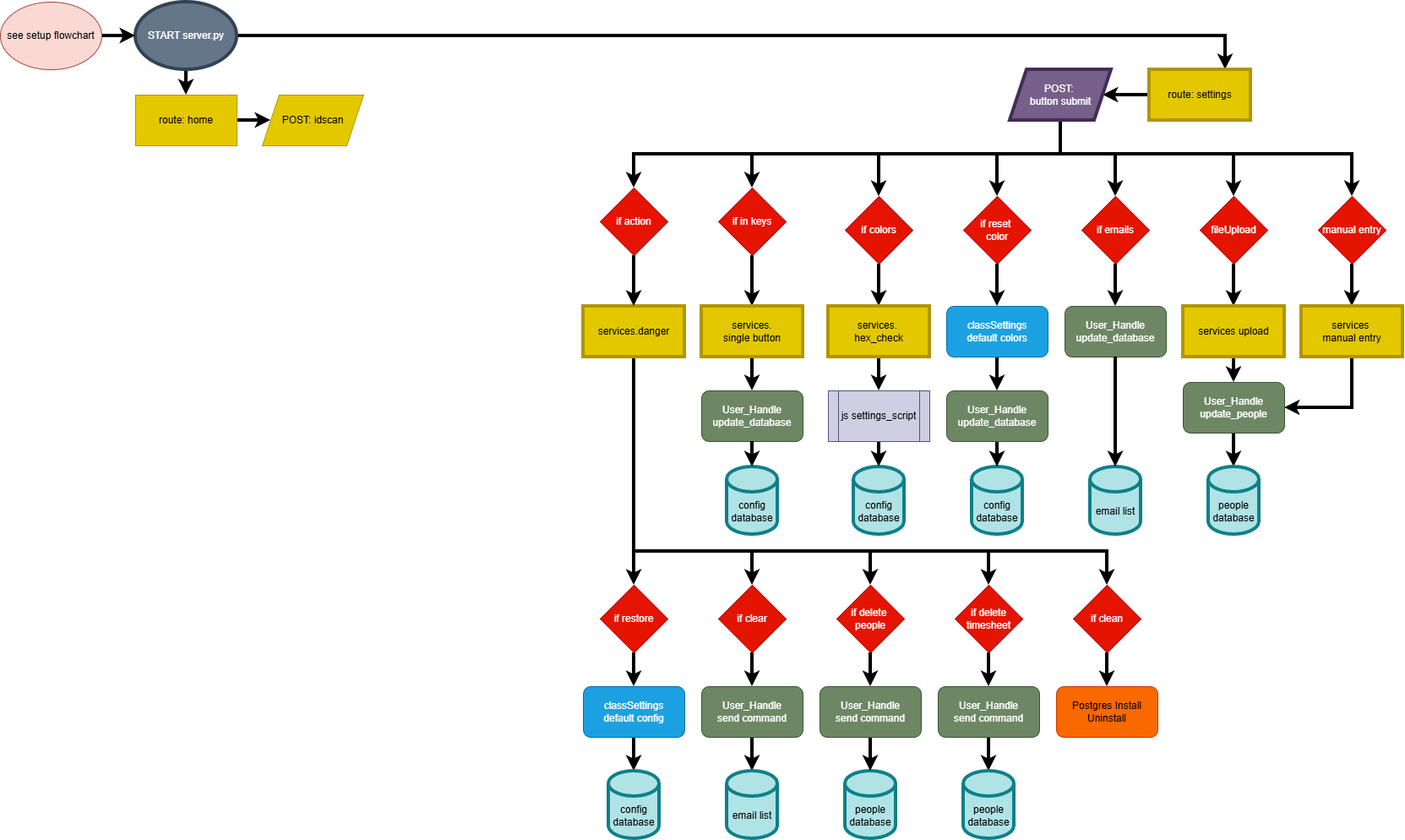
whitedragonstudios/Scanner keeps this draw.io diagram as planning/server_flowchart.drawio.png. Above is the earlier version. Source tidied: cells renumbered, new cells last; positions are measured from the earlier drawing's top-left corner, leaving out a move shared by most shapes.
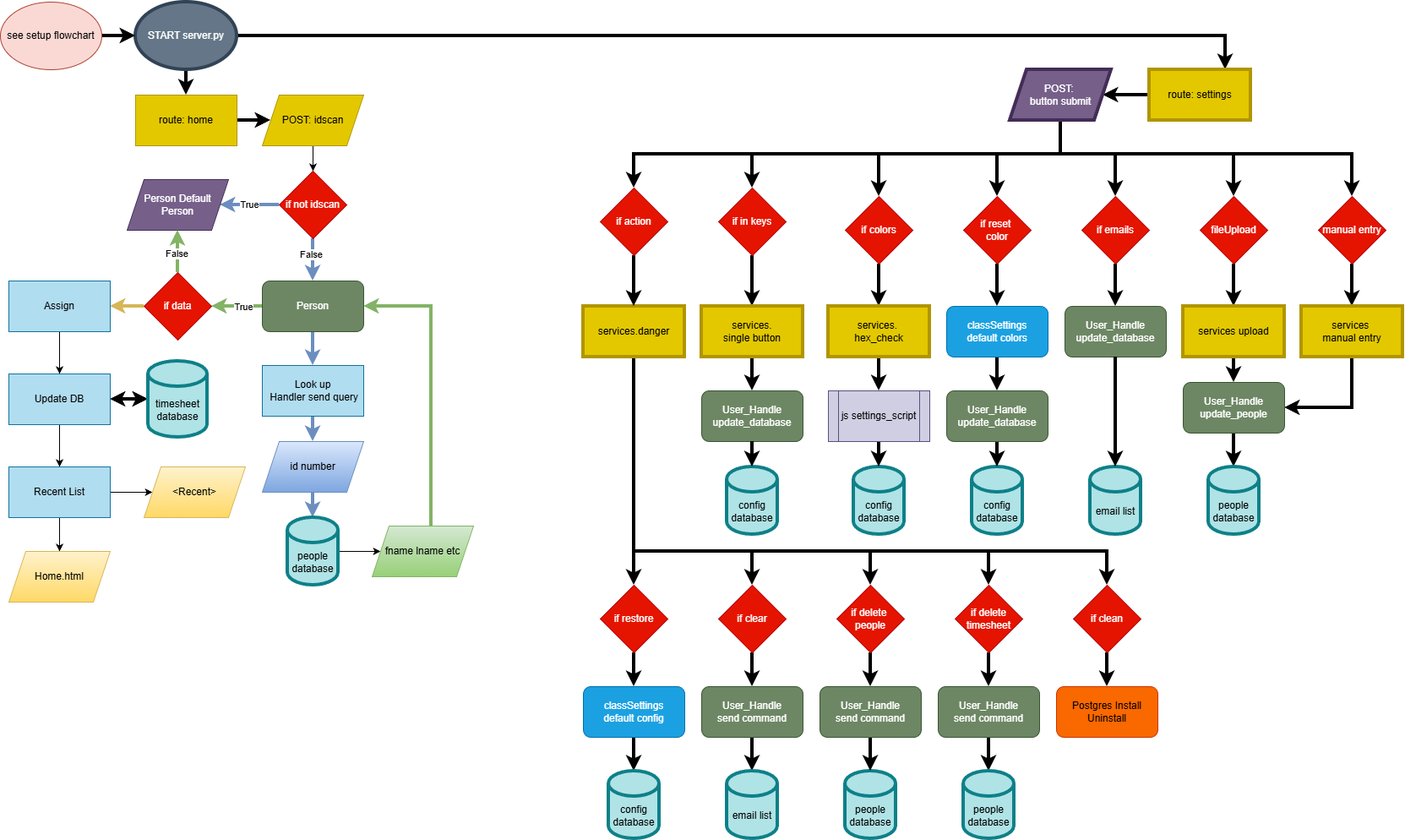
After the commit.

The edit, as a diff of the source:
```diff
@@ -319,8 +319,117 @@
     <mxCell id="87" value="route: home" style="rounded=0;whiteSpace=wrap;html=1;fillColor=#e3c800;fontColor=#000000;strokeColor=#B09500;" parent="1" vertex="1">
       <mxGeometry x="160" y="110" width="120" height="60" as="geometry" />
     </mxCell>
+    <mxCell id="89" style="edgeStyle=orthogonalEdgeStyle;rounded=0;jettySize=auto;html=1;" parent="1" edge="1" source="88" target="94">
+      <mxGeometry relative="1" as="geometry" />
+    </mxCell>
     <mxCell id="88" value="POST: idscan" style="shape=parallelogram;perimeter=parallelogramPerimeter;whiteSpace=wrap;html=1;fixedSize=1;fillColor=#e3c800;fontColor=#000000;strokeColor=#B09500;" parent="1" vertex="1">
       <mxGeometry x="310" y="110" width="120" height="60" as="geometry" />
     </mxCell>
+    <mxCell id="90" style="edgeStyle=orthogonalEdgeStyle;rounded=0;jettySize=auto;html=1;fillColor=#dae8fc;gradientColor=#7ea6e0;strokeColor=#6c8ebf;strokeWidth=4;" parent="1" edge="1" source="94" target="95">
+      <mxGeometry relative="1" as="geometry" />
+    </mxCell>
+    <mxCell id="91" value="True" style="edgeLabel;html=1;align=center;verticalAlign=middle;" parent="90" vertex="1">
+      <mxGeometry x="0.02" y="-1" relative="1" as="geometry" />
+    </mxCell>
+    <mxCell id="92" style="edgeStyle=orthogonalEdgeStyle;rounded=0;jettySize=auto;html=1;fillColor=#dae8fc;gradientColor=#7ea6e0;strokeColor=#6c8ebf;strokeWidth=4;" parent="1" edge="1" source="94" target="101">
+      <mxGeometry relative="1" as="geometry" />
+    </mxCell>
+    <mxCell id="93" value="False" style="edgeLabel;html=1;align=center;verticalAlign=middle;" parent="92" vertex="1">
+      <mxGeometry x="-0.28" y="-3" relative="1" as="geometry" />
+    </mxCell>
+    <mxCell id="94" value="if not idscan" style="rhombus;whiteSpace=wrap;html=1;fillColor=#e51400;fontColor=#ffffff;strokeColor=#B20000;" parent="1" vertex="1">
+      <mxGeometry x="330" y="200" width="80" height="80" as="geometry" />
+    </mxCell>
+    <mxCell id="95" value="Person Default Person" style="shape=parallelogram;perimeter=parallelogramPerimeter;whiteSpace=wrap;html=1;fixedSize=1;fillColor=#76608a;fontColor=#ffffff;strokeColor=#432D57;" parent="1" vertex="1">
+      <mxGeometry x="150" y="210" width="120" height="60" as="geometry" />
+    </mxCell>
+    <mxCell id="96" style="edgeStyle=orthogonalEdgeStyle;rounded=0;jettySize=auto;html=1;fillColor=#dae8fc;gradientColor=#7ea6e0;strokeColor=#6c8ebf;strokeWidth=4;" parent="1" edge="1" source="97" target="103">
+      <mxGeometry relative="1" as="geometry" />
+    </mxCell>
+    <mxCell id="97" value="Look up&lt;div&gt;&amp;nbsp;Handler send query&lt;/div&gt;" style="rounded=0;whiteSpace=wrap;html=1;fillColor=#b1ddf0;strokeColor=#10739e;" parent="1" vertex="1">
+      <mxGeometry x="310" y="430" width="120" height="60" as="geometry" />
+    </mxCell>
+    <mxCell id="98" style="edgeStyle=orthogonalEdgeStyle;rounded=0;jettySize=auto;html=1;fillColor=#dae8fc;gradientColor=#7ea6e0;strokeColor=#6c8ebf;strokeWidth=4;" parent="1" edge="1" source="101" target="97">
+      <mxGeometry relative="1" as="geometry" />
+    </mxCell>
+    <mxCell id="99" style="edgeStyle=orthogonalEdgeStyle;rounded=0;jettySize=auto;html=1;entryX=1;entryY=0.5;entryDx=0;entryDy=0;fillColor=#d5e8d4;gradientColor=#97d077;strokeColor=#82b366;strokeWidth=4;" parent="1" edge="1" source="101" target="111">
+      <mxGeometry relative="1" as="geometry" />
+    </mxCell>
+    <mxCell id="100" value="True" style="edgeLabel;html=1;align=center;verticalAlign=middle;" parent="99" vertex="1">
+      <mxGeometry x="-0.24" relative="1" as="geometry" />
+    </mxCell>
+    <mxCell id="101" value="Person" style="rounded=1;whiteSpace=wrap;html=1;fillColor=#6d8764;fontColor=#ffffff;strokeColor=#3A5431;" parent="1" vertex="1">
+      <mxGeometry x="310" y="330" width="120" height="60" as="geometry" />
+    </mxCell>
+    <mxCell id="102" style="edgeStyle=orthogonalEdgeStyle;rounded=0;jettySize=auto;html=1;strokeWidth=4;fillColor=#dae8fc;gradientColor=#7ea6e0;strokeColor=#6c8ebf;" parent="1" edge="1" source="103" target="105">
+      <mxGeometry relative="1" as="geometry" />
+    </mxCell>
+    <mxCell id="103" value="id number" style="shape=parallelogram;perimeter=parallelogramPerimeter;whiteSpace=wrap;html=1;fixedSize=1;fillColor=#dae8fc;gradientColor=#7ea6e0;strokeColor=#6c8ebf;" parent="1" vertex="1">
+      <mxGeometry x="310" y="520" width="120" height="60" as="geometry" />
+    </mxCell>
+    <mxCell id="104" style="edgeStyle=orthogonalEdgeStyle;rounded=0;jettySize=auto;html=1;" parent="1" edge="1" source="105" target="107">
+      <mxGeometry relative="1" as="geometry" />
+    </mxCell>
+    <mxCell id="105" value="people database" style="shape=cylinder3;whiteSpace=wrap;html=1;boundedLbl=1;backgroundOutline=1;size=15;strokeWidth=4;fillColor=#b0e3e6;strokeColor=#0e8088;" parent="1" vertex="1">
+      <mxGeometry x="340" y="610" width="60" height="80" as="geometry" />
+    </mxCell>
+    <mxCell id="106" style="edgeStyle=orthogonalEdgeStyle;rounded=0;jettySize=auto;html=1;entryX=1;entryY=0.5;entryDx=0;entryDy=0;fillColor=#d5e8d4;gradientColor=#97d077;strokeColor=#82b366;strokeWidth=4;" parent="1" edge="1" source="107" target="101">
+      <mxGeometry relative="1" as="geometry">
+        <Array as="points">
+          <mxPoint x="510" y="360" />
+        </Array>
+      </mxGeometry>
+    </mxCell>
+    <mxCell id="107" value="fname lname etc" style="shape=parallelogram;perimeter=parallelogramPerimeter;whiteSpace=wrap;html=1;fixedSize=1;fillColor=#d5e8d4;gradientColor=#97d077;strokeColor=#82b366;" parent="1" vertex="1">
+      <mxGeometry x="440" y="620" width="120" height="60" as="geometry" />
+    </mxCell>
+    <mxCell id="108" style="edgeStyle=orthogonalEdgeStyle;rounded=0;jettySize=auto;html=1;fillColor=#d5e8d4;gradientColor=#97d077;strokeColor=#82b366;strokeWidth=4;" parent="1" edge="1" source="111" target="95">
+      <mxGeometry relative="1" as="geometry" />
+    </mxCell>
+    <mxCell id="109" value="False" style="edgeLabel;html=1;align=center;verticalAlign=middle;" parent="108" vertex="1">
+      <mxGeometry x="-0.08" y="2" relative="1" as="geometry" />
+    </mxCell>
+    <mxCell id="110" style="edgeStyle=orthogonalEdgeStyle;rounded=0;jettySize=auto;html=1;fillColor=#fff2cc;gradientColor=#ffd966;strokeColor=#d6b656;strokeWidth=4;" parent="1" edge="1" source="111" target="113">
+      <mxGeometry relative="1" as="geometry" />
+    </mxCell>
+    <mxCell id="111" value="if data" style="rhombus;whiteSpace=wrap;html=1;fillColor=#e51400;fontColor=#ffffff;strokeColor=#B20000;" parent="1" vertex="1">
+      <mxGeometry x="170" y="320" width="80" height="80" as="geometry" />
+    </mxCell>
+    <mxCell id="112" style="edgeStyle=orthogonalEdgeStyle;rounded=0;jettySize=auto;html=1;" parent="1" edge="1" source="113" target="117">
+      <mxGeometry relative="1" as="geometry" />
+    </mxCell>
+    <mxCell id="113" value="Assign" style="rounded=0;whiteSpace=wrap;html=1;fillColor=#b1ddf0;strokeColor=#10739e;" parent="1" vertex="1">
+      <mxGeometry x="10" y="330" width="120" height="60" as="geometry" />
+    </mxCell>
+    <mxCell id="114" style="edgeStyle=orthogonalEdgeStyle;rounded=0;jettySize=auto;html=1;strokeColor=none;startArrow=classic;startFill=1;strokeWidth=4;" parent="1" edge="1" source="117" target="118">
+      <mxGeometry relative="1" as="geometry" />
+    </mxCell>
+    <mxCell id="115" style="edgeStyle=orthogonalEdgeStyle;rounded=0;jettySize=auto;html=1;strokeWidth=4;startArrow=classic;startFill=1;" parent="1" edge="1" source="117" target="118">
+      <mxGeometry relative="1" as="geometry" />
+    </mxCell>
+    <mxCell id="116" style="edgeStyle=orthogonalEdgeStyle;rounded=0;jettySize=auto;html=1;" parent="1" edge="1" source="117" target="121">
+      <mxGeometry relative="1" as="geometry" />
+    </mxCell>
+    <mxCell id="117" value="Update DB" style="rounded=0;whiteSpace=wrap;html=1;fillColor=#b1ddf0;strokeColor=#10739e;" parent="1" vertex="1">
+      <mxGeometry x="10" y="440" width="120" height="60" as="geometry" />
+    </mxCell>
+    <mxCell id="118" value="timesheet&lt;div&gt;database&lt;/div&gt;" style="shape=cylinder3;whiteSpace=wrap;html=1;boundedLbl=1;backgroundOutline=1;size=15;fillColor=#b0e3e6;strokeColor=#0e8088;strokeWidth=4;" parent="1" vertex="1">
+      <mxGeometry x="175" y="425" width="70" height="90" as="geometry" />
+    </mxCell>
+    <mxCell id="119" style="edgeStyle=orthogonalEdgeStyle;rounded=0;jettySize=auto;html=1;" parent="1" edge="1" source="121" target="122">
+      <mxGeometry relative="1" as="geometry" />
+    </mxCell>
+    <mxCell id="120" style="edgeStyle=orthogonalEdgeStyle;rounded=0;jettySize=auto;html=1;" parent="1" edge="1" source="121" target="123">
+      <mxGeometry relative="1" as="geometry" />
+    </mxCell>
+    <mxCell id="121" value="Recent List" style="rounded=0;whiteSpace=wrap;html=1;fillColor=#b1ddf0;strokeColor=#10739e;" parent="1" vertex="1">
+      <mxGeometry x="10" y="550" width="120" height="60" as="geometry" />
+    </mxCell>
+    <mxCell id="122" value="Home.html" style="shape=parallelogram;perimeter=parallelogramPerimeter;whiteSpace=wrap;html=1;fixedSize=1;fillColor=#fff2cc;strokeColor=#d6b656;gradientColor=#ffd966;" parent="1" vertex="1">
+      <mxGeometry x="10" y="650" width="120" height="60" as="geometry" />
+    </mxCell>
+    <mxCell id="123" value="&amp;lt;Recent&amp;gt;" style="shape=parallelogram;perimeter=parallelogramPerimeter;whiteSpace=wrap;html=1;fixedSize=1;fillColor=#fff2cc;strokeColor=#d6b656;rounded=0;gradientColor=#ffd966;" parent="1" vertex="1">
+      <mxGeometry x="170" y="550" width="120" height="60" as="geometry" />
+    </mxCell>
   </root>
 </mxGraphModel>
```
